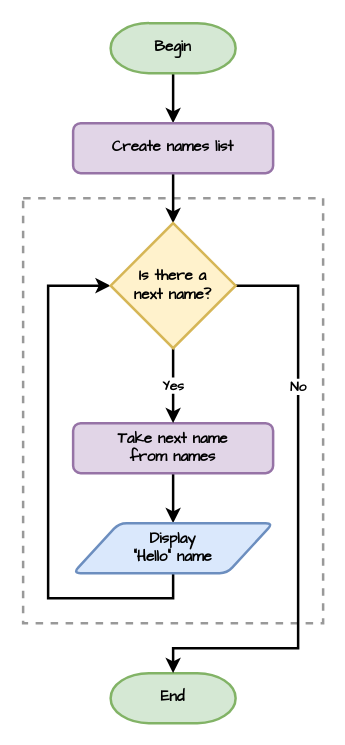
Earlier version of the draw.io diagram page "lesson_2_for_loop" (4 of 21) of flowcharts.drawio (DamoM73/turtle_vid_tute). Source tidied: cells renumbered, new cells numbered last; positions are measured from the earlier drawing's top-left corner, leaving out a move shared by most shapes. Both pictures are drawn from the tidied source at 125%, with x=0, y=0 at pixel (22, 22).
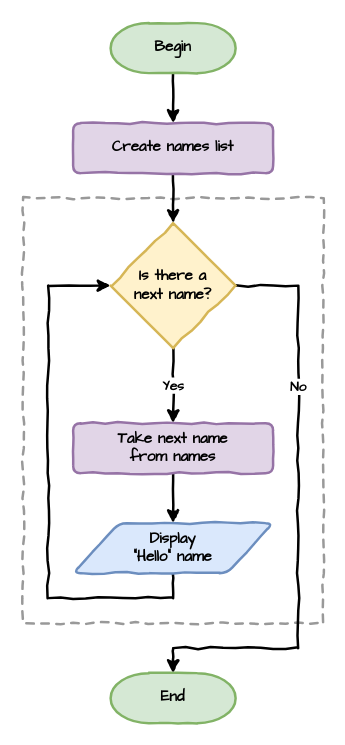
The same page after the edit.

Diff of the diagram source:
```diff
@@
 <mxGraphModel>
   <root>
     <mxCell id="0" />
     <mxCell id="1" parent="0" />
-    <mxCell id="2" style="rounded=0;whiteSpace=wrap;html=1;dashed=1;strokeWidth=2;strokeColor=#999999;" parent="1" vertex="1">
+    <mxCell id="2" style="rounded=0;whiteSpace=wrap;html=1;dashed=1;strokeWidth=2;strokeColor=#999999;sketch=1;sketchStyle=comic;" parent="1" vertex="1">
       <mxGeometry y="140" width="240" height="340" as="geometry" />
     </mxCell>
-    <mxCell id="3" style="edgeStyle=orthogonalEdgeStyle;rounded=0;jettySize=auto;html=1;exitX=0.5;exitY=1;exitDx=0;exitDy=0;exitPerimeter=0;entryX=0.5;entryY=0;entryDx=0;entryDy=0;strokeWidth=2;" parent="1" edge="1" source="4" target="6">
+    <mxCell id="3" style="edgeStyle=orthogonalEdgeStyle;rounded=0;jettySize=auto;html=1;exitX=0.5;exitY=1;exitDx=0;exitDy=0;exitPerimeter=0;entryX=0.5;entryY=0;entryDx=0;entryDy=0;strokeWidth=2;sketch=1;sketchStyle=comic;" parent="1" edge="1" source="4" target="6">
       <mxGeometry relative="1" as="geometry" />
     </mxCell>
-    <mxCell id="4" value="Begin" style="strokeWidth=2;html=1;shape=mxgraph.flowchart.terminator;whiteSpace=wrap;fillColor=#d5e8d4;strokeColor=#82b366;fontFamily=Comic Sans MS;fontStyle=1;" parent="1" vertex="1">
+    <mxCell id="4" value="Begin" style="strokeWidth=2;html=1;shape=mxgraph.flowchart.terminator;whiteSpace=wrap;fillColor=#d5e8d4;strokeColor=#82b366;fontFamily=Comic Sans MS;fontStyle=1;sketch=1;sketchStyle=comic;" parent="1" vertex="1">
       <mxGeometry x="70" width="100" height="40" as="geometry" />
     </mxCell>
-    <mxCell id="5" style="edgeStyle=orthogonalEdgeStyle;rounded=0;jettySize=auto;html=1;exitX=0.5;exitY=1;exitDx=0;exitDy=0;entryX=0.5;entryY=0;entryDx=0;entryDy=0;entryPerimeter=0;fontFamily=Comic Sans MS;strokeWidth=2;" parent="1" edge="1" source="6" target="14">
+    <mxCell id="5" style="edgeStyle=orthogonalEdgeStyle;rounded=0;jettySize=auto;html=1;exitX=0.5;exitY=1;exitDx=0;exitDy=0;entryX=0.5;entryY=0;entryDx=0;entryDy=0;entryPerimeter=0;fontFamily=Comic Sans MS;strokeWidth=2;sketch=1;sketchStyle=comic;" parent="1" edge="1" source="6" target="14">
       <mxGeometry relative="1" as="geometry" />
     </mxCell>
-    <mxCell id="6" value="Create names list" style="rounded=1;whiteSpace=wrap;html=1;strokeWidth=2;fontFamily=Comic Sans MS;fontSize=12;fillColor=#e1d5e7;strokeColor=#9673a6;fontStyle=1;" parent="1" vertex="1">
+    <mxCell id="6" value="Create names list" style="rounded=1;whiteSpace=wrap;html=1;strokeWidth=2;fontFamily=Comic Sans MS;fontSize=12;fillColor=#e1d5e7;strokeColor=#9673a6;fontStyle=1;sketch=1;sketchStyle=comic;" parent="1" vertex="1">
       <mxGeometry x="40" y="80" width="160" height="40" as="geometry" />
     </mxCell>
-    <mxCell id="7" style="edgeStyle=orthogonalEdgeStyle;rounded=0;jettySize=auto;html=1;exitX=0.5;exitY=1;exitDx=0;exitDy=0;strokeWidth=2;entryX=0.5;entryY=0;entryDx=0;entryDy=0;" parent="1" edge="1" source="8" target="11">
+    <mxCell id="7" style="edgeStyle=orthogonalEdgeStyle;rounded=0;jettySize=auto;html=1;exitX=0.5;exitY=1;exitDx=0;exitDy=0;strokeWidth=2;entryX=0.5;entryY=0;entryDx=0;entryDy=0;sketch=1;sketchStyle=comic;" parent="1" edge="1" source="8" target="11">
       <mxGeometry relative="1" as="geometry" />
     </mxCell>
-    <mxCell id="8" value="Take next name &lt;br&gt;from names" style="rounded=1;whiteSpace=wrap;html=1;strokeWidth=2;fontFamily=Comic Sans MS;fontSize=12;fillColor=#e1d5e7;strokeColor=#9673a6;fontStyle=1;" parent="1" vertex="1">
+    <mxCell id="8" value="Take next name &lt;br&gt;from names" style="rounded=1;whiteSpace=wrap;html=1;strokeWidth=2;fontFamily=Comic Sans MS;fontSize=12;fillColor=#e1d5e7;strokeColor=#9673a6;fontStyle=1;sketch=1;sketchStyle=comic;" parent="1" vertex="1">
       <mxGeometry x="40" y="320" width="160" height="40" as="geometry" />
     </mxCell>
-    <mxCell id="9" value="End" style="strokeWidth=2;html=1;shape=mxgraph.flowchart.terminator;whiteSpace=wrap;fillColor=#d5e8d4;strokeColor=#82b366;fontFamily=Comic Sans MS;fontStyle=1;" parent="1" vertex="1">
+    <mxCell id="9" value="End" style="strokeWidth=2;html=1;shape=mxgraph.flowchart.terminator;whiteSpace=wrap;fillColor=#d5e8d4;strokeColor=#82b366;fontFamily=Comic Sans MS;fontStyle=1;sketch=1;sketchStyle=comic;" parent="1" vertex="1">
       <mxGeometry x="70" y="520" width="100" height="40" as="geometry" />
     </mxCell>
-    <mxCell id="10" style="edgeStyle=orthogonalEdgeStyle;rounded=0;jettySize=auto;html=1;exitX=0.5;exitY=1;exitDx=0;exitDy=0;entryX=0;entryY=0.5;entryDx=0;entryDy=0;entryPerimeter=0;fontFamily=Comic Sans MS;strokeWidth=2;" parent="1" edge="1" source="11" target="14">
+    <mxCell id="10" style="edgeStyle=orthogonalEdgeStyle;rounded=0;jettySize=auto;html=1;exitX=0.5;exitY=1;exitDx=0;exitDy=0;entryX=0;entryY=0.5;entryDx=0;entryDy=0;entryPerimeter=0;fontFamily=Comic Sans MS;strokeWidth=2;sketch=1;sketchStyle=comic;" parent="1" edge="1" source="11" target="14">
       <mxGeometry relative="1" as="geometry">
         <Array as="points">
           <mxPoint x="120" y="460" />
           <mxPoint x="20" y="460" />
           <mxPoint x="20" y="210" />
         </Array>
       </mxGeometry>
     </mxCell>
-    <mxCell id="11" value="Display &lt;br&gt;&quot;Hello&quot; name" style="shape=parallelogram;html=1;strokeWidth=2;perimeter=parallelogramPerimeter;whiteSpace=wrap;rounded=1;arcSize=12;size=0.23;fillColor=#dae8fc;strokeColor=#6c8ebf;fontFamily=Comic Sans MS;fontStyle=1;" parent="1" vertex="1">
+    <mxCell id="11" value="Display &lt;br&gt;&quot;Hello&quot; name" style="shape=parallelogram;html=1;strokeWidth=2;perimeter=parallelogramPerimeter;whiteSpace=wrap;rounded=1;arcSize=12;size=0.23;fillColor=#dae8fc;strokeColor=#6c8ebf;fontFamily=Comic Sans MS;fontStyle=1;sketch=1;sketchStyle=comic;" parent="1" vertex="1">
       <mxGeometry x="40" y="400" width="160" height="40" as="geometry" />
     </mxCell>
-    <mxCell id="12" value="Yes" style="edgeStyle=orthogonalEdgeStyle;rounded=0;jettySize=auto;html=1;exitX=0.5;exitY=1;exitDx=0;exitDy=0;exitPerimeter=0;entryX=0.5;entryY=0;entryDx=0;entryDy=0;fontFamily=Comic Sans MS;strokeWidth=2;fontStyle=1;" parent="1" edge="1" source="14" target="8">
+    <mxCell id="12" value="Yes" style="edgeStyle=orthogonalEdgeStyle;rounded=0;jettySize=auto;html=1;exitX=0.5;exitY=1;exitDx=0;exitDy=0;exitPerimeter=0;entryX=0.5;entryY=0;entryDx=0;entryDy=0;fontFamily=Comic Sans MS;strokeWidth=2;fontStyle=1;sketch=1;sketchStyle=comic;" parent="1" edge="1" source="14" target="8">
       <mxGeometry relative="1" as="geometry" />
     </mxCell>
-    <mxCell id="13" value="No" style="edgeStyle=orthogonalEdgeStyle;rounded=0;jettySize=auto;html=1;exitX=1;exitY=0.5;exitDx=0;exitDy=0;exitPerimeter=0;entryX=0.5;entryY=0;entryDx=0;entryDy=0;entryPerimeter=0;fontFamily=Comic Sans MS;strokeWidth=2;fontStyle=1;" parent="1" edge="1" source="14" target="9">
+    <mxCell id="13" value="No" style="edgeStyle=orthogonalEdgeStyle;rounded=0;jettySize=auto;html=1;exitX=1;exitY=0.5;exitDx=0;exitDy=0;exitPerimeter=0;entryX=0.5;entryY=0;entryDx=0;entryDy=0;entryPerimeter=0;fontFamily=Comic Sans MS;strokeWidth=2;fontStyle=1;sketch=1;sketchStyle=comic;" parent="1" edge="1" source="14" target="9">
       <mxGeometry x="-0.43" relative="1" as="geometry">
         <Array as="points">
           <mxPoint x="220" y="210" />
           <mxPoint x="220" y="500" />
           <mxPoint x="120" y="500" />
         </Array>
       </mxGeometry>
     </mxCell>
-    <mxCell id="14" value="Is there a &lt;br&gt;next name?" style="strokeWidth=2;html=1;shape=mxgraph.flowchart.decision;whiteSpace=wrap;fillColor=#fff2cc;strokeColor=#d6b656;fontFamily=Comic Sans MS;fontStyle=1;" parent="1" vertex="1">
+    <mxCell id="14" value="Is there a &lt;br&gt;next name?" style="strokeWidth=2;html=1;shape=mxgraph.flowchart.decision;whiteSpace=wrap;fillColor=#fff2cc;strokeColor=#d6b656;fontFamily=Comic Sans MS;fontStyle=1;sketch=1;sketchStyle=comic;" parent="1" vertex="1">
       <mxGeometry x="70" y="160" width="100" height="100" as="geometry" />
     </mxCell>
   </root>
 </mxGraphModel>
```
